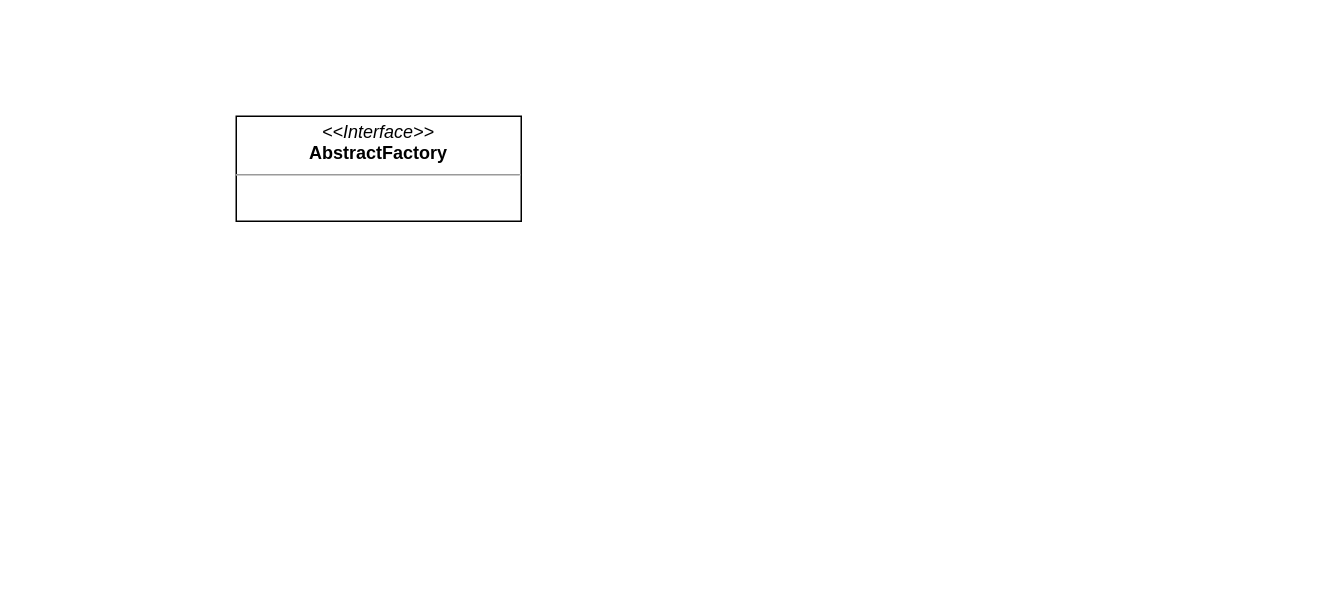
Earlier version of the draw.io diagram 设计模式/抽象工厂.drawio (Fuku-L/draw-io-repo). Source tidied: cells renumbered, new cells numbered last; positions are measured from the earlier drawing's top-left corner, leaving out a move shared by most shapes. Both pictures are drawn from the tidied source at 150%, with x=0, y=0 at pixel (236, 116).
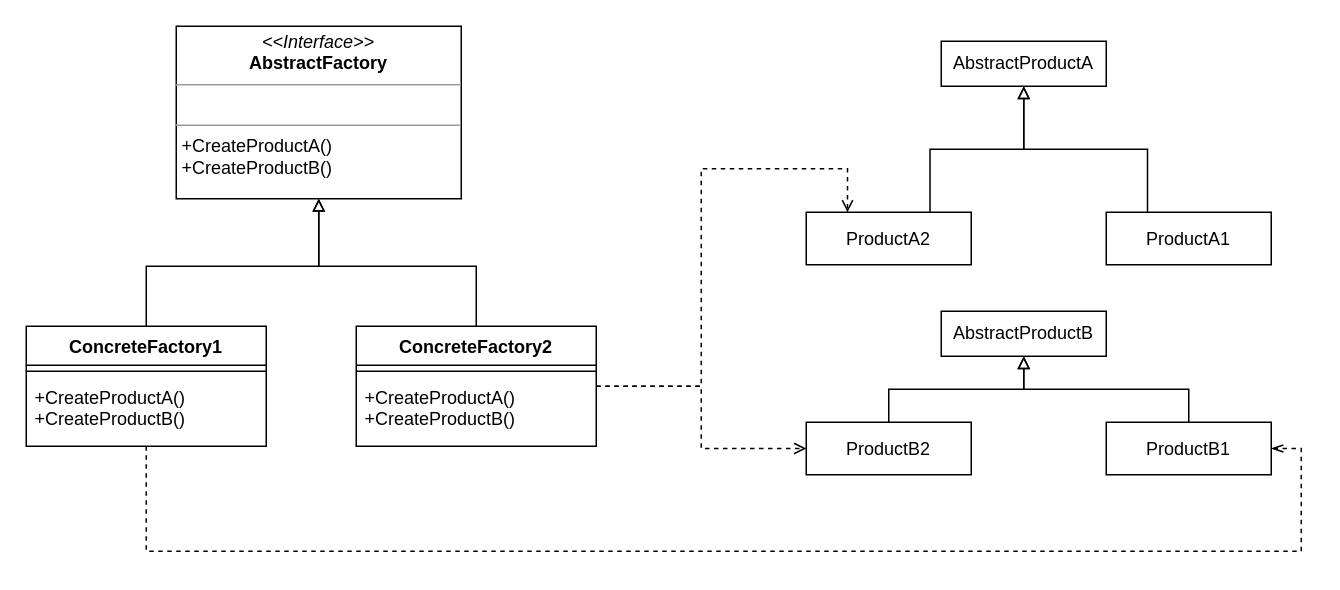
After the change.

Commit message:
更新抽象工厂.drawio

The edit, as a diff of the source:
```diff
@@
-    <mxCell id="2" value="&lt;p style=&quot;margin:0px;margin-top:4px;text-align:center;&quot;&gt;&lt;i&gt;&amp;lt;&amp;lt;Interface&amp;gt;&amp;gt;&lt;/i&gt;&lt;br&gt;&lt;b&gt;AbstractFactory&lt;/b&gt;&lt;/p&gt;&lt;hr size=&quot;1&quot;&gt;&lt;p style=&quot;margin:0px;margin-left:4px;&quot;&gt;&lt;br&gt;&lt;/p&gt;" style="verticalAlign=top;align=left;overflow=fill;fontSize=12;fontFamily=Helvetica;html=1;whiteSpace=wrap;" parent="1" vertex="1">
-      <mxGeometry width="190" height="70" as="geometry" />
-    </mxCell>
+    <mxCell id="3" value="&lt;p style=&quot;margin:0px;margin-top:4px;text-align:center;&quot;&gt;&lt;i style=&quot;border-color: var(--border-color);&quot;&gt;&amp;lt;&amp;lt;Interface&amp;gt;&amp;gt;&lt;/i&gt;&lt;br style=&quot;border-color: var(--border-color);&quot;&gt;&lt;b style=&quot;border-color: var(--border-color);&quot;&gt;AbstractFactory&lt;/b&gt;&lt;br&gt;&lt;/p&gt;&lt;hr size=&quot;1&quot;&gt;&lt;p style=&quot;margin:0px;margin-left:4px;&quot;&gt;&lt;br&gt;&lt;/p&gt;&lt;hr size=&quot;1&quot;&gt;&lt;p style=&quot;border-color: var(--border-color); margin: 0px 0px 0px 4px;&quot;&gt;+CreateProductA()&lt;/p&gt;&lt;p style=&quot;border-color: var(--border-color); margin: 0px 0px 0px 4px;&quot;&gt;+CreateProductB()&lt;/p&gt;" style="verticalAlign=top;align=left;overflow=fill;fontSize=12;fontFamily=Helvetica;html=1;whiteSpace=wrap;" parent="1" vertex="1">
+      <mxGeometry x="-40" y="-60" width="190" height="115" as="geometry" />
+    </mxCell>
+    <mxCell id="4" style="edgeStyle=orthogonalEdgeStyle;rounded=0;jettySize=auto;html=1;entryX=0.5;entryY=1;entryDx=0;entryDy=0;endArrow=block;endFill=0;exitX=0.5;exitY=0;exitDx=0;exitDy=0;" parent="1" edge="1" source="6" target="3">
+      <mxGeometry relative="1" as="geometry">
+        <Array as="points">
+          <mxPoint x="-60" y="100" />
+          <mxPoint x="55" y="100" />
+        </Array>
+      </mxGeometry>
+    </mxCell>
+    <mxCell id="5" style="edgeStyle=orthogonalEdgeStyle;rounded=0;jettySize=auto;html=1;entryX=1;entryY=0.5;entryDx=0;entryDy=0;dashed=1;endArrow=openThin;endFill=0;" parent="1" edge="1" source="6" target="22">
+      <mxGeometry relative="1" as="geometry">
+        <Array as="points">
+          <mxPoint x="-60" y="290" />
+          <mxPoint x="710" y="290" />
+          <mxPoint x="710" y="222" />
+        </Array>
+      </mxGeometry>
+    </mxCell>
+    <mxCell id="6" value="ConcreteFactory1" style="swimlane;fontStyle=1;align=center;verticalAlign=top;horizontal=1;startSize=26;whiteSpace=wrap;html=1;" parent="1" vertex="1">
+      <mxGeometry x="-140" y="140" width="160" height="80" as="geometry" />
+    </mxCell>
+    <mxCell id="7" style="line;strokeWidth=1;fillColor=none;align=left;verticalAlign=middle;spacingTop=-1;spacingLeft=3;spacingRight=3;labelPosition=right;strokeColor=inherit;" parent="6" vertex="1">
+      <mxGeometry y="26" width="160" height="8" as="geometry" />
+    </mxCell>
+    <mxCell id="8" value="+CreateProductA()&lt;br&gt;+CreateProductB()" style="text;strokeColor=none;fillColor=none;align=left;verticalAlign=top;spacingLeft=4;spacingRight=4;overflow=hidden;whiteSpace=wrap;html=1;" parent="6" vertex="1">
+      <mxGeometry y="34" width="160" height="46" as="geometry" />
+    </mxCell>
+    <mxCell id="9" style="edgeStyle=orthogonalEdgeStyle;rounded=0;jettySize=auto;html=1;exitX=0.5;exitY=0;exitDx=0;exitDy=0;entryX=0.5;entryY=1;entryDx=0;entryDy=0;endArrow=block;endFill=0;" parent="1" edge="1" source="12" target="3">
+      <mxGeometry relative="1" as="geometry">
+        <Array as="points">
+          <mxPoint x="160" y="100" />
+          <mxPoint x="55" y="100" />
+        </Array>
+      </mxGeometry>
+    </mxCell>
+    <mxCell id="10" style="edgeStyle=orthogonalEdgeStyle;rounded=0;jettySize=auto;html=1;dashed=1;endArrow=open;endFill=0;" parent="1" edge="1" source="12" target="20">
+      <mxGeometry relative="1" as="geometry" />
+    </mxCell>
+    <mxCell id="11" style="edgeStyle=orthogonalEdgeStyle;rounded=0;jettySize=auto;html=1;entryX=0.25;entryY=0;entryDx=0;entryDy=0;dashed=1;endArrow=open;endFill=0;" parent="1" edge="1" source="12" target="16">
+      <mxGeometry relative="1" as="geometry">
+        <Array as="points">
+          <mxPoint x="310" y="180" />
+          <mxPoint x="310" y="35" />
+          <mxPoint x="408" y="35" />
+          <mxPoint x="408" y="64" />
+        </Array>
+      </mxGeometry>
+    </mxCell>
+    <mxCell id="12" value="ConcreteFactory2" style="swimlane;fontStyle=1;align=center;verticalAlign=top;horizontal=1;startSize=26;whiteSpace=wrap;html=1;" parent="1" vertex="1">
+      <mxGeometry x="80" y="140" width="160" height="80" as="geometry" />
+    </mxCell>
+    <mxCell id="13" style="line;strokeWidth=1;fillColor=none;align=left;verticalAlign=middle;spacingTop=-1;spacingLeft=3;spacingRight=3;labelPosition=right;strokeColor=inherit;" parent="12" vertex="1">
+      <mxGeometry y="26" width="160" height="8" as="geometry" />
+    </mxCell>
+    <mxCell id="14" value="+CreateProductA()&lt;br&gt;+CreateProductB()" style="text;strokeColor=none;fillColor=none;align=left;verticalAlign=top;spacingLeft=4;spacingRight=4;overflow=hidden;whiteSpace=wrap;html=1;" parent="12" vertex="1">
+      <mxGeometry y="34" width="160" height="46" as="geometry" />
+    </mxCell>
+    <mxCell id="15" style="edgeStyle=orthogonalEdgeStyle;rounded=0;jettySize=auto;html=1;exitX=0.75;exitY=0;exitDx=0;exitDy=0;entryX=0.5;entryY=1;entryDx=0;entryDy=0;endArrow=block;endFill=0;" parent="1" edge="1" source="16" target="24">
+      <mxGeometry relative="1" as="geometry" />
+    </mxCell>
+    <mxCell id="16" value="ProductA2" style="html=1;whiteSpace=wrap;" parent="1" vertex="1">
+      <mxGeometry x="380" y="64" width="110" height="35" as="geometry" />
+    </mxCell>
+    <mxCell id="17" style="edgeStyle=orthogonalEdgeStyle;rounded=0;jettySize=auto;html=1;exitX=0.25;exitY=0;exitDx=0;exitDy=0;endArrow=block;endFill=0;" parent="1" edge="1" source="18" target="24">
+      <mxGeometry relative="1" as="geometry" />
+    </mxCell>
+    <mxCell id="18" value="ProductA1" style="html=1;whiteSpace=wrap;" parent="1" vertex="1">
+      <mxGeometry x="580" y="64" width="110" height="35" as="geometry" />
+    </mxCell>
+    <mxCell id="19" style="edgeStyle=orthogonalEdgeStyle;rounded=0;jettySize=auto;html=1;exitX=0.5;exitY=0;exitDx=0;exitDy=0;entryX=0.5;entryY=1;entryDx=0;entryDy=0;endArrow=block;endFill=0;" parent="1" edge="1" source="20" target="23">
+      <mxGeometry relative="1" as="geometry" />
+    </mxCell>
+    <mxCell id="20" value="ProductB2" style="html=1;whiteSpace=wrap;" parent="1" vertex="1">
+      <mxGeometry x="380" y="204" width="110" height="35" as="geometry" />
+    </mxCell>
+    <mxCell id="21" style="edgeStyle=orthogonalEdgeStyle;rounded=0;jettySize=auto;html=1;exitX=0.5;exitY=0;exitDx=0;exitDy=0;endArrow=block;endFill=0;" parent="1" edge="1" source="22" target="23">
+      <mxGeometry relative="1" as="geometry" />
+    </mxCell>
+    <mxCell id="22" value="ProductB1" style="html=1;whiteSpace=wrap;" parent="1" vertex="1">
+      <mxGeometry x="580" y="204" width="110" height="35" as="geometry" />
+    </mxCell>
+    <mxCell id="23" value="AbstractProductB" style="html=1;whiteSpace=wrap;" parent="1" vertex="1">
+      <mxGeometry x="470" y="130" width="110" height="30" as="geometry" />
+    </mxCell>
+    <mxCell id="24" value="AbstractProductA" style="html=1;whiteSpace=wrap;" parent="1" vertex="1">
+      <mxGeometry x="470" y="-50" width="110" height="30" as="geometry" />
+    </mxCell>
```
